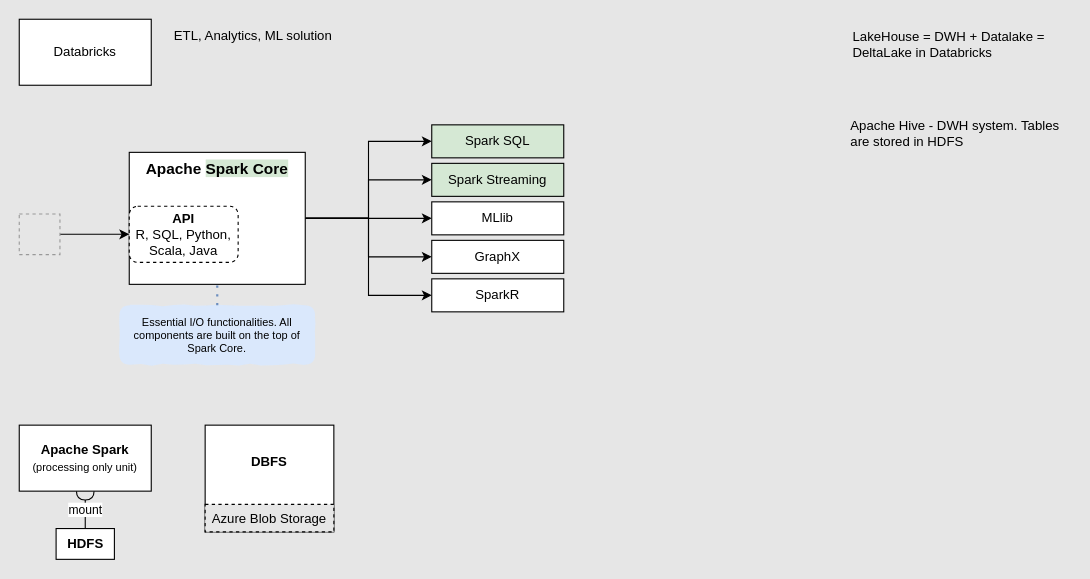
agrazh/de-diagrams keeps this draw.io diagram as Databricks.drawio. Above is the earlier version. Source tidied: cells renumbered, new cells numbered last; positions are measured from the earlier drawing's top-left corner, leaving out a move shared by most shapes. Both pictures are drawn from the tidied source at 110%, with x=0, y=0 at pixel (19, 19). Pictures stored in the file or linked from it are replaced by grey dashed boxes.
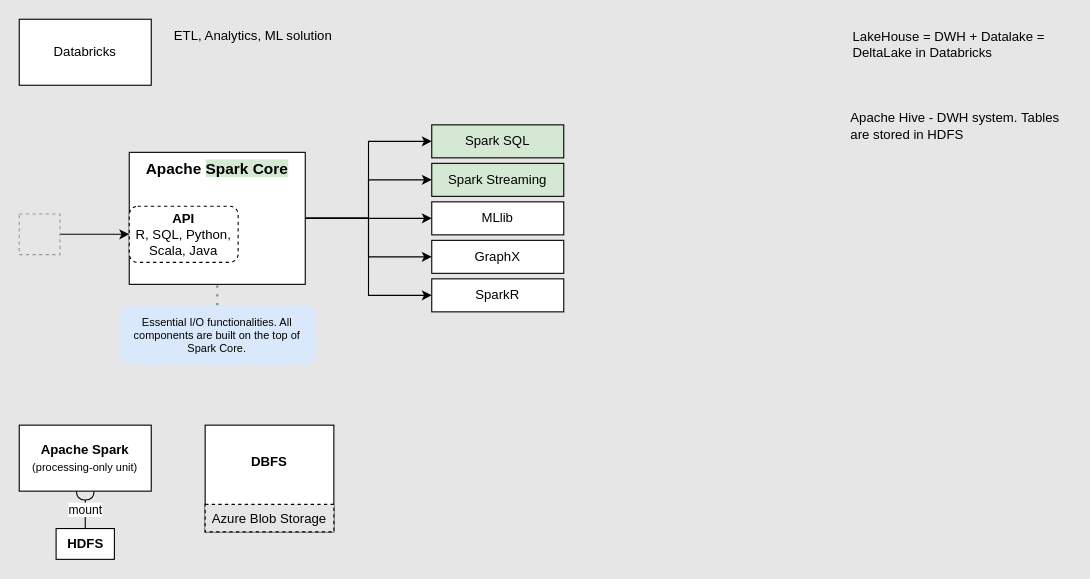
After the change.

What changed in the source:
```diff
@@
     <mxCell id="3" value="Apache Hive - DWH system. Tables are stored in HDFS" style="text;html=1;strokeColor=none;fillColor=none;align=left;verticalAlign=middle;whiteSpace=wrap;rounded=0;" parent="1" vertex="1">
-      <mxGeometry x="754" y="89" width="200" height="30" as="geometry" />
+      <mxGeometry x="754" y="82" width="200" height="30" as="geometry" />
     </mxCell>
@@
-    <mxCell id="28" value="&lt;b&gt;Apache Spark&lt;/b&gt;&lt;br&gt;&lt;font style=&quot;font-size: 10px;&quot;&gt;(processing only unit)&lt;/font&gt;" style="rounded=0;whiteSpace=wrap;html=1;" parent="1" vertex="1">
+    <mxCell id="28" value="&lt;b&gt;Apache Spark&lt;/b&gt;&lt;br&gt;&lt;font style=&quot;font-size: 10px;&quot;&gt;(processing-only unit)&lt;/font&gt;" style="rounded=0;whiteSpace=wrap;html=1;" parent="1" vertex="1">
       <mxGeometry y="369" width="120" height="60" as="geometry" />
     </mxCell>
```
